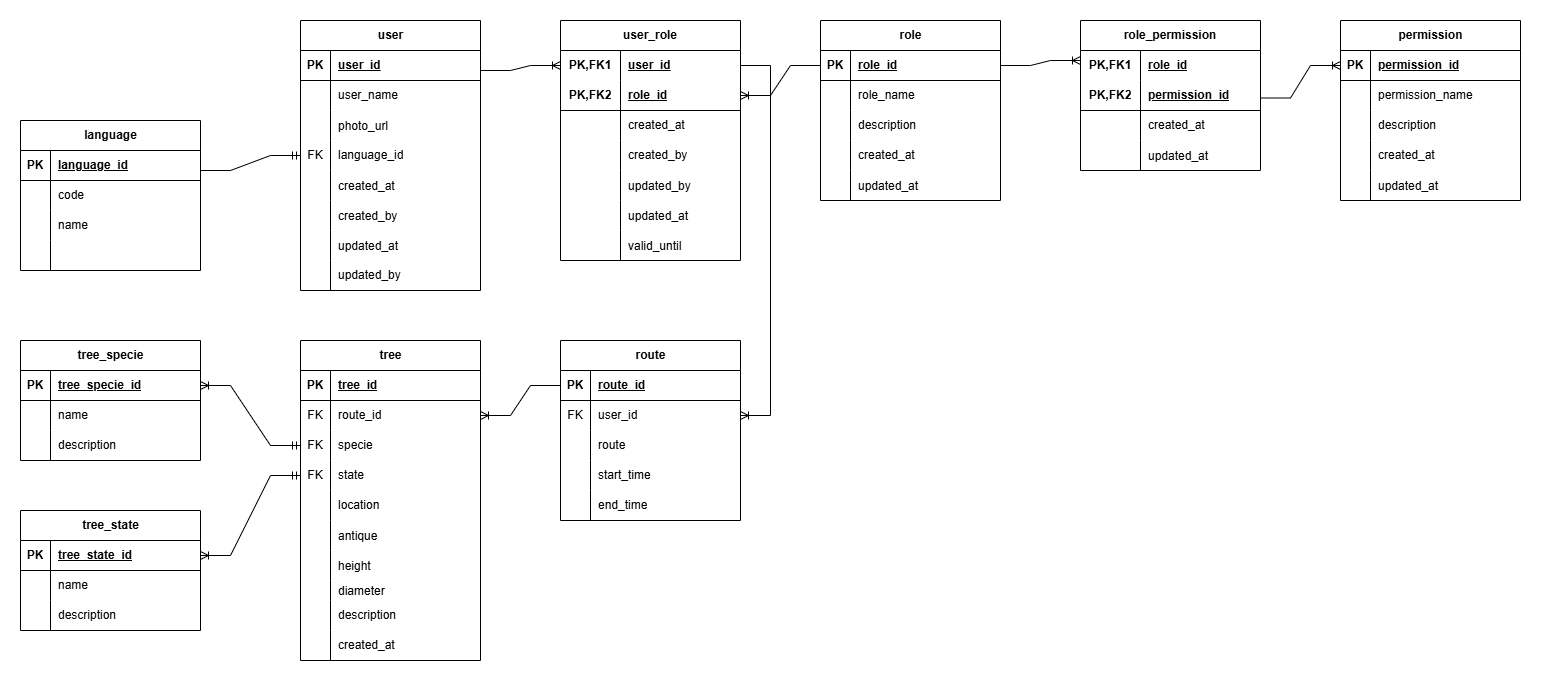
PabloPei/TreeSense-Backend keeps this draw.io diagram as docs/files/diagrams/entity_relationship.drawio.png. Above is the earlier version. Source tidied: cells renumbered, new cells last; positions are measured from the earlier drawing's top-left corner, leaving out a move shared by most shapes.
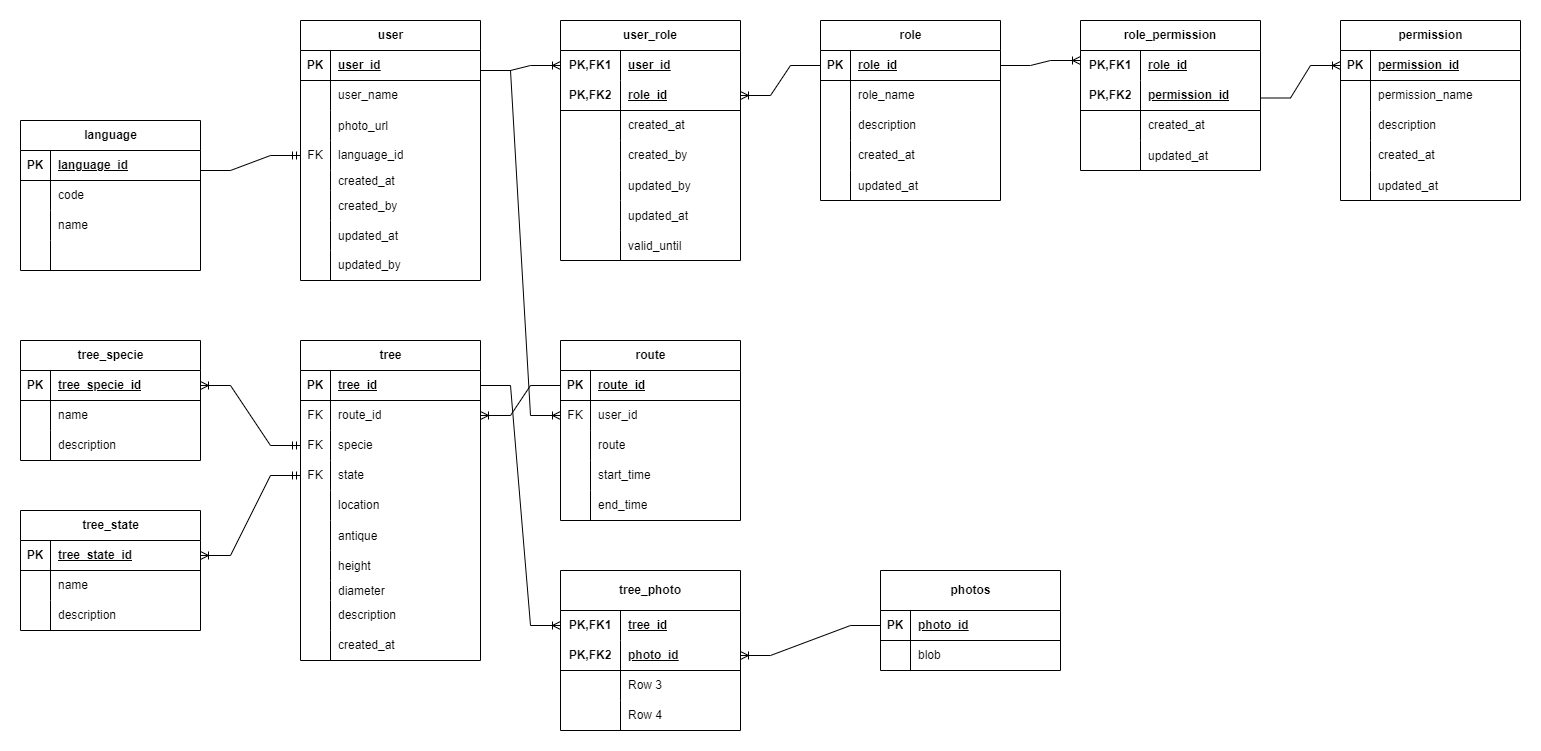
The same file after the commit.

Commit message:
cambio el diagrama de la base para incluir multiples fotos

The edit, as a diff of the source:
```diff
@@ -3,7 +3,7 @@
     <mxCell id="0" />
     <mxCell id="1" parent="0" />
     <mxCell id="2" value="user" style="shape=table;startSize=30;rowLines=0;fontStyle=1;align=center;html=1;" parent="1" vertex="1">
-      <mxGeometry x="310" width="180" height="270" as="geometry" />
+      <mxGeometry x="310" width="180" height="260" as="geometry" />
     </mxCell>
     <mxCell id="3" style="shape=tableRow;horizontal=0;startSize=0;swimlaneHead=0;swimlaneBody=0;fillColor=none;top=0;left=0;right=0;bottom=1;" parent="2" vertex="1">
       <mxGeometry y="30" width="180" height="30" as="geometry" />
@@ -42,16 +42,16 @@
       <mxGeometry x="30" width="150" height="30" as="geometry" />
     </mxCell>
     <mxCell id="15" style="shape=tableRow;horizontal=0;startSize=0;swimlaneHead=0;swimlaneBody=0;fillColor=none;top=0;left=0;right=0;bottom=0;" parent="2" vertex="1">
-      <mxGeometry y="150" width="180" height="30" as="geometry" />
+      <mxGeometry y="150" width="180" height="20" as="geometry" />
     </mxCell>
     <mxCell id="16" style="shape=partialRectangle;fillColor=none;top=0;left=0;bottom=0;right=0;overflow=hidden;" parent="15" vertex="1">
-      <mxGeometry width="30" height="30" as="geometry" />
+      <mxGeometry width="30" height="20" as="geometry" />
     </mxCell>
     <mxCell id="17" value="created_at" style="shape=partialRectangle;fillColor=none;top=0;left=0;bottom=0;right=0;align=left;spacingLeft=6;overflow=hidden;" parent="15" vertex="1">
-      <mxGeometry x="30" width="150" height="30" as="geometry" />
+      <mxGeometry x="30" width="150" height="20" as="geometry" />
     </mxCell>
     <mxCell id="18" style="shape=tableRow;horizontal=0;startSize=0;swimlaneHead=0;swimlaneBody=0;fillColor=none;top=0;left=0;right=0;bottom=0;" parent="2" vertex="1">
-      <mxGeometry y="180" width="180" height="30" as="geometry" />
+      <mxGeometry y="170" width="180" height="30" as="geometry" />
     </mxCell>
     <mxCell id="19" style="shape=partialRectangle;fillColor=none;top=0;left=0;bottom=0;right=0;overflow=hidden;" parent="18" vertex="1">
       <mxGeometry width="30" height="30" as="geometry" />
@@ -60,7 +60,7 @@
       <mxGeometry x="30" width="150" height="30" as="geometry" />
     </mxCell>
     <mxCell id="21" style="shape=tableRow;horizontal=0;startSize=0;swimlaneHead=0;swimlaneBody=0;fillColor=none;top=0;left=0;right=0;bottom=0;" parent="2" vertex="1">
-      <mxGeometry y="210" width="180" height="30" as="geometry" />
+      <mxGeometry y="200" width="180" height="30" as="geometry" />
     </mxCell>
     <mxCell id="22" style="shape=partialRectangle;fillColor=none;top=0;left=0;bottom=0;right=0;overflow=hidden;" parent="21" vertex="1">
       <mxGeometry width="30" height="30" as="geometry" />
@@ -69,7 +69,7 @@
       <mxGeometry x="30" width="150" height="30" as="geometry" />
     </mxCell>
     <mxCell id="24" style="shape=tableRow;horizontal=0;startSize=0;swimlaneHead=0;swimlaneBody=0;fillColor=none;top=0;left=0;right=0;bottom=0;" parent="2" vertex="1">
-      <mxGeometry y="240" width="180" height="30" as="geometry" />
+      <mxGeometry y="230" width="180" height="30" as="geometry" />
     </mxCell>
     <mxCell id="25" style="shape=partialRectangle;fillColor=none;top=0;left=0;bottom=0;right=0;overflow=hidden;whiteSpace=wrap;html=1;" parent="24" vertex="1">
       <mxGeometry width="30" height="30" as="geometry" />
@@ -414,8 +414,10 @@
     <mxCell id="137" value="description" style="shape=partialRectangle;fillColor=none;top=0;left=0;bottom=0;right=0;align=left;spacingLeft=6;overflow=hidden;whiteSpace=wrap;html=1;" parent="135" vertex="1">
       <mxGeometry x="30" width="150" height="30" as="geometry" />
     </mxCell>
-    <mxCell id="138" style="edgeStyle=entityRelationEdgeStyle;fontSize=12;html=1;endArrow=ERoneToMany;rounded=0;entryX=1;entryY=0.5;entryDx=0;entryDy=0;exitX=1;exitY=0.5;exitDx=0;exitDy=0;" parent="1" edge="1" source="42" target="85">
-      <mxGeometry relative="1" as="geometry" />
+    <mxCell id="138" style="edgeStyle=entityRelationEdgeStyle;fontSize=12;html=1;endArrow=ERoneToMany;rounded=0;entryX=0;entryY=0.5;entryDx=0;entryDy=0;" parent="1" edge="1" target="85">
+      <mxGeometry relative="1" as="geometry">
+        <mxPoint x="490" y="50" as="sourcePoint" />
+      </mxGeometry>
     </mxCell>
     <mxCell id="139" style="edgeStyle=entityRelationEdgeStyle;fontSize=12;html=1;endArrow=ERoneToMany;rounded=0;exitX=0;exitY=0.5;exitDx=0;exitDy=0;entryX=1;entryY=0.5;entryDx=0;entryDy=0;" parent="1" edge="1" source="82" target="101">
       <mxGeometry relative="1" as="geometry" />
@@ -564,5 +566,73 @@
         <mxPoint x="1270" y="77.5" as="sourcePoint" />
       </mxGeometry>
     </mxCell>
+    <mxCell id="183" value="tree_photo" style="shape=table;startSize=40;rowLines=0;fontStyle=1;align=center;html=1;whiteSpace=wrap;" parent="1" vertex="1">
+      <mxGeometry x="570" y="550" width="180" height="160" as="geometry" />
+    </mxCell>
+    <mxCell id="184" style="shape=tableRow;horizontal=0;startSize=0;swimlaneHead=0;swimlaneBody=0;fillColor=none;points=[[0,0.5],[1,0.5]];portConstraint=eastwest;top=0;left=0;right=0;bottom=0;html=1;" parent="183" vertex="1">
+      <mxGeometry y="40" width="180" height="30" as="geometry" />
+    </mxCell>
+    <mxCell id="185" value="PK,FK1" style="shape=partialRectangle;fillColor=none;top=0;left=0;bottom=0;right=0;fontStyle=1;overflow=hidden;html=1;whiteSpace=wrap;" parent="184" vertex="1">
+      <mxGeometry width="60" height="30" as="geometry" />
+    </mxCell>
+    <mxCell id="186" value="tree_id" style="shape=partialRectangle;fillColor=none;top=0;left=0;bottom=0;right=0;align=left;spacingLeft=6;fontStyle=5;overflow=hidden;html=1;whiteSpace=wrap;" parent="184" vertex="1">
+      <mxGeometry x="60" width="120" height="30" as="geometry" />
+    </mxCell>
+    <mxCell id="187" style="shape=tableRow;horizontal=0;startSize=0;swimlaneHead=0;swimlaneBody=0;fillColor=none;points=[[0,0.5],[1,0.5]];portConstraint=eastwest;top=0;left=0;right=0;bottom=1;html=1;" parent="183" vertex="1">
+      <mxGeometry y="70" width="180" height="30" as="geometry" />
+    </mxCell>
+    <mxCell id="188" value="PK,FK2" style="shape=partialRectangle;fillColor=none;top=0;left=0;bottom=0;right=0;fontStyle=1;overflow=hidden;html=1;whiteSpace=wrap;" parent="187" vertex="1">
+      <mxGeometry width="60" height="30" as="geometry" />
+    </mxCell>
+    <mxCell id="189" value="photo_id" style="shape=partialRectangle;fillColor=none;top=0;left=0;bottom=0;right=0;align=left;spacingLeft=6;fontStyle=5;overflow=hidden;html=1;whiteSpace=wrap;" parent="187" vertex="1">
+      <mxGeometry x="60" width="120" height="30" as="geometry" />
+    </mxCell>
+    <mxCell id="190" style="shape=tableRow;horizontal=0;startSize=0;swimlaneHead=0;swimlaneBody=0;fillColor=none;top=0;left=0;right=0;bottom=0;html=1;" parent="183" vertex="1">
+      <mxGeometry y="100" width="180" height="30" as="geometry" />
+    </mxCell>
+    <mxCell id="191" style="shape=partialRectangle;fillColor=none;top=0;left=0;bottom=0;right=0;overflow=hidden;html=1;whiteSpace=wrap;" parent="190" vertex="1">
+      <mxGeometry width="60" height="30" as="geometry" />
+    </mxCell>
+    <mxCell id="192" value="Row 3" style="shape=partialRectangle;fillColor=none;top=0;left=0;bottom=0;right=0;align=left;spacingLeft=6;overflow=hidden;html=1;whiteSpace=wrap;" parent="190" vertex="1">
+      <mxGeometry x="60" width="120" height="30" as="geometry" />
+    </mxCell>
+    <mxCell id="193" style="shape=tableRow;horizontal=0;startSize=0;swimlaneHead=0;swimlaneBody=0;fillColor=none;top=0;left=0;right=0;bottom=0;html=1;" parent="183" vertex="1">
+      <mxGeometry y="130" width="180" height="30" as="geometry" />
+    </mxCell>
+    <mxCell id="194" style="shape=partialRectangle;fillColor=none;top=0;left=0;bottom=0;right=0;overflow=hidden;html=1;whiteSpace=wrap;" parent="193" vertex="1">
+      <mxGeometry width="60" height="30" as="geometry" />
+    </mxCell>
+    <mxCell id="195" value="Row 4" style="shape=partialRectangle;fillColor=none;top=0;left=0;bottom=0;right=0;align=left;spacingLeft=6;overflow=hidden;html=1;whiteSpace=wrap;" parent="193" vertex="1">
+      <mxGeometry x="60" width="120" height="30" as="geometry" />
+    </mxCell>
+    <mxCell id="196" value="photos" style="shape=table;startSize=40;rowLines=0;fontStyle=1;align=center;html=1;" parent="1" vertex="1">
+      <mxGeometry x="890" y="550" width="180" height="100" as="geometry" />
+    </mxCell>
+    <mxCell id="197" style="shape=tableRow;horizontal=0;startSize=0;swimlaneHead=0;swimlaneBody=0;fillColor=none;points=[[0,0.5],[1,0.5]];portConstraint=eastwest;top=0;left=0;right=0;bottom=1;" parent="196" vertex="1">
+      <mxGeometry y="40" width="180" height="30" as="geometry" />
+    </mxCell>
+    <mxCell id="198" value="PK" style="shape=partialRectangle;fillColor=none;top=0;left=0;bottom=0;right=0;fontStyle=1;overflow=hidden;whiteSpace=wrap;html=1;" parent="197" vertex="1">
+      <mxGeometry width="30" height="30" as="geometry" />
+    </mxCell>
+    <mxCell id="199" value="photo_id" style="shape=partialRectangle;fillColor=none;top=0;left=0;bottom=0;right=0;align=left;spacingLeft=6;fontStyle=5;overflow=hidden;whiteSpace=wrap;html=1;" parent="197" vertex="1">
+      <mxGeometry x="30" width="150" height="30" as="geometry" />
+    </mxCell>
+    <mxCell id="200" style="shape=tableRow;horizontal=0;startSize=0;swimlaneHead=0;swimlaneBody=0;fillColor=none;top=0;left=0;right=0;bottom=0;" parent="196" vertex="1">
+      <mxGeometry y="70" width="180" height="30" as="geometry" />
+    </mxCell>
+    <mxCell id="201" style="shape=partialRectangle;fillColor=none;top=0;left=0;bottom=0;right=0;overflow=hidden;whiteSpace=wrap;html=1;" parent="200" vertex="1">
+      <mxGeometry width="30" height="30" as="geometry" />
+    </mxCell>
+    <mxCell id="202" value="blob" style="shape=partialRectangle;fillColor=none;top=0;left=0;bottom=0;right=0;align=left;spacingLeft=6;overflow=hidden;whiteSpace=wrap;html=1;" parent="200" vertex="1">
+      <mxGeometry x="30" width="150" height="30" as="geometry" />
+    </mxCell>
+    <mxCell id="203" style="edgeStyle=entityRelationEdgeStyle;fontSize=12;html=1;endArrow=ERoneToMany;rounded=0;entryX=0;entryY=0.5;entryDx=0;entryDy=0;" parent="1" edge="1" target="184">
+      <mxGeometry relative="1" as="geometry">
+        <mxPoint x="490" y="365" as="sourcePoint" />
+      </mxGeometry>
+    </mxCell>
+    <mxCell id="204" style="edgeStyle=entityRelationEdgeStyle;fontSize=12;html=1;endArrow=ERoneToMany;rounded=0;entryX=1;entryY=0.5;entryDx=0;entryDy=0;exitX=0;exitY=0.5;exitDx=0;exitDy=0;" parent="1" edge="1" source="197" target="187">
+      <mxGeometry relative="1" as="geometry" />
+    </mxCell>
   </root>
 </mxGraphModel>
```
